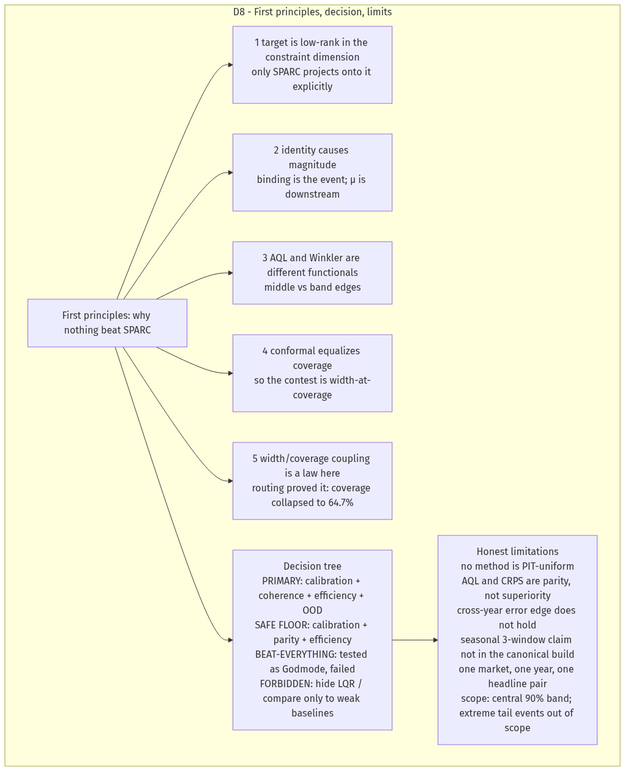
The Mermaid diagram docs/explanation/07-sparc-full-09-G_D8.png in L1ZLe/ercot-casp-paper, before a commit. Its source is kept beside it as docs/explanation/07-sparc-full-09-G_D8.mmd.
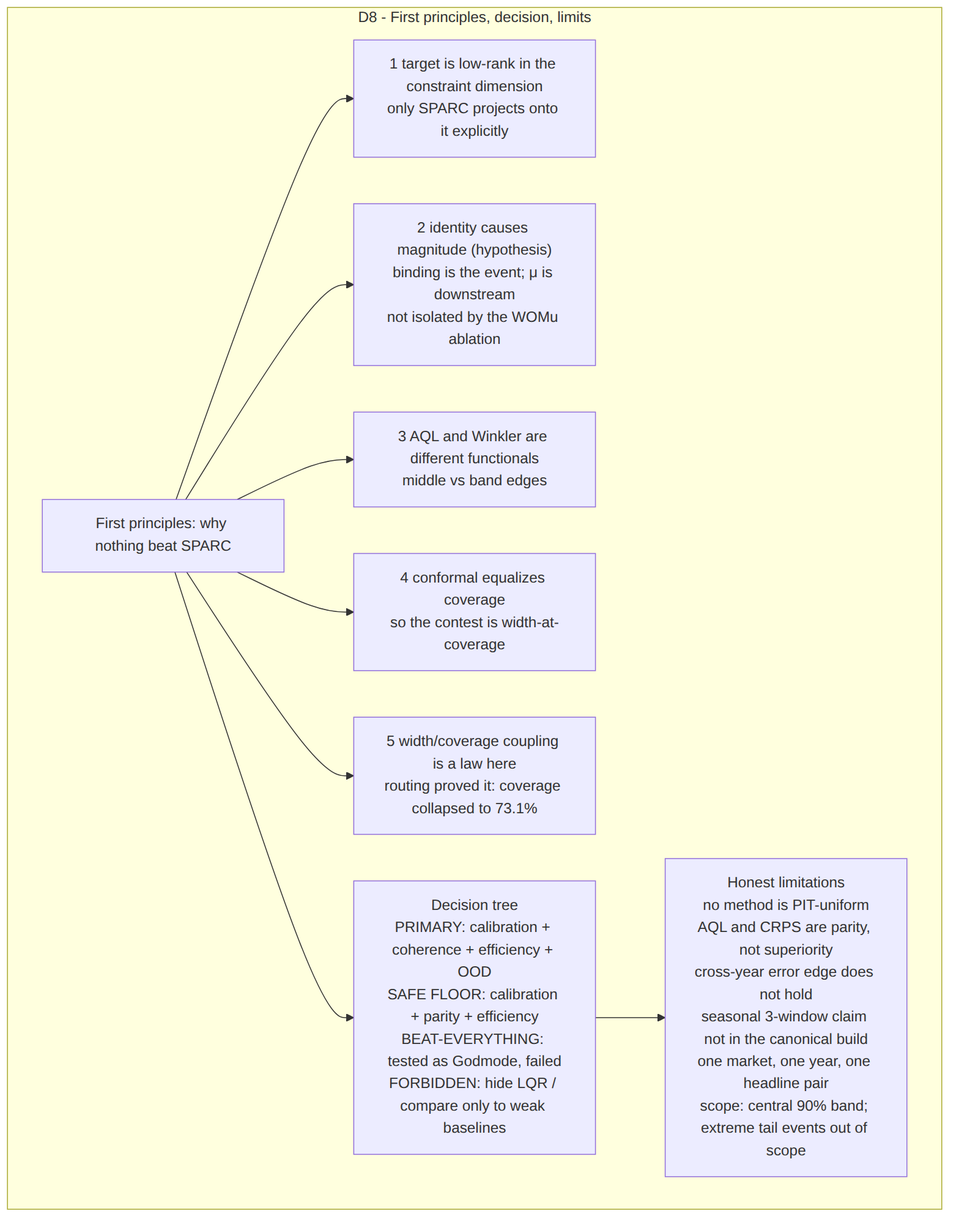
The same diagram one commit later.

The edit, as a diff of the source:
```diff
@@ -1,10 +1,10 @@
 flowchart TD
 subgraph G_D8["D8 - First principles, decision, limits"]
     FP["First principles: why nothing beat SPARC"] --> F1["1 target is low-rank in the constraint dimension<br/>only SPARC projects onto it explicitly"]
-    FP --> F2["2 identity causes magnitude<br/>binding is the event; μ is downstream"]
+    FP --> F2["2 identity causes magnitude (hypothesis)<br/>binding is the event; μ is downstream<br/>not isolated by the WOMu ablation"]
     FP --> F3["3 AQL and Winkler are different functionals<br/>middle vs band edges"]
     FP --> F4["4 conformal equalizes coverage<br/>so the contest is width-at-coverage"]
-    FP --> F5["5 width/coverage coupling is a law here<br/>routing proved it: coverage collapsed to 64.7%"]
+    FP --> F5["5 width/coverage coupling is a law here<br/>routing proved it: coverage collapsed to 73.1%"]
     FP --> DEC["Decision tree<br/>PRIMARY: calibration + coherence + efficiency + OOD<br/>SAFE FLOOR: calibration + parity + efficiency<br/>BEAT-EVERYTHING: tested as Godmode, failed<br/>FORBIDDEN: hide LQR / compare only to weak baselines"]
     DEC --> LIM["Honest limitations<br/>no method is PIT-uniform<br/>AQL and CRPS are parity, not superiority<br/>cross-year error edge does not hold<br/>seasonal 3-window claim not in the canonical build<br/>one market, one year, one headline pair<br/>scope: central 90% band; extreme tail events out of scope"]
   end
```
